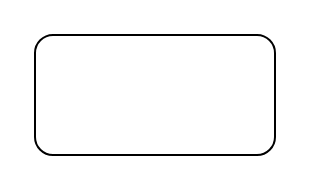
r-uu/r-uu keeps this draw.io diagram as doc/test.drawio. Above is the earlier version. Source tidied: cells renumbered, new cells numbered last; positions are measured from the earlier drawing's top-left corner, leaving out a move shared by most shapes. Both pictures are drawn from the tidied source at 200%, with x=0, y=0 at pixel (34, 34).
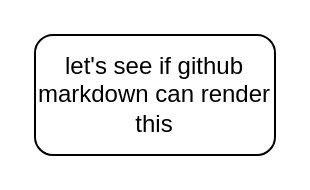
The same page after the edit.

The edit, as a diff of the source:
```diff
@@
 <mxGraphModel>
   <root>
     <mxCell id="0" />
     <mxCell id="1" parent="0" />
-    <mxCell id="2" style="rounded=1;whiteSpace=wrap;html=1;" parent="1" vertex="1">
+    <mxCell id="2" value="let's see if github markdown can render this" style="rounded=1;whiteSpace=wrap;html=1;" parent="1" vertex="1">
       <mxGeometry width="120" height="60" as="geometry" />
     </mxCell>
   </root>
 </mxGraphModel>
```
